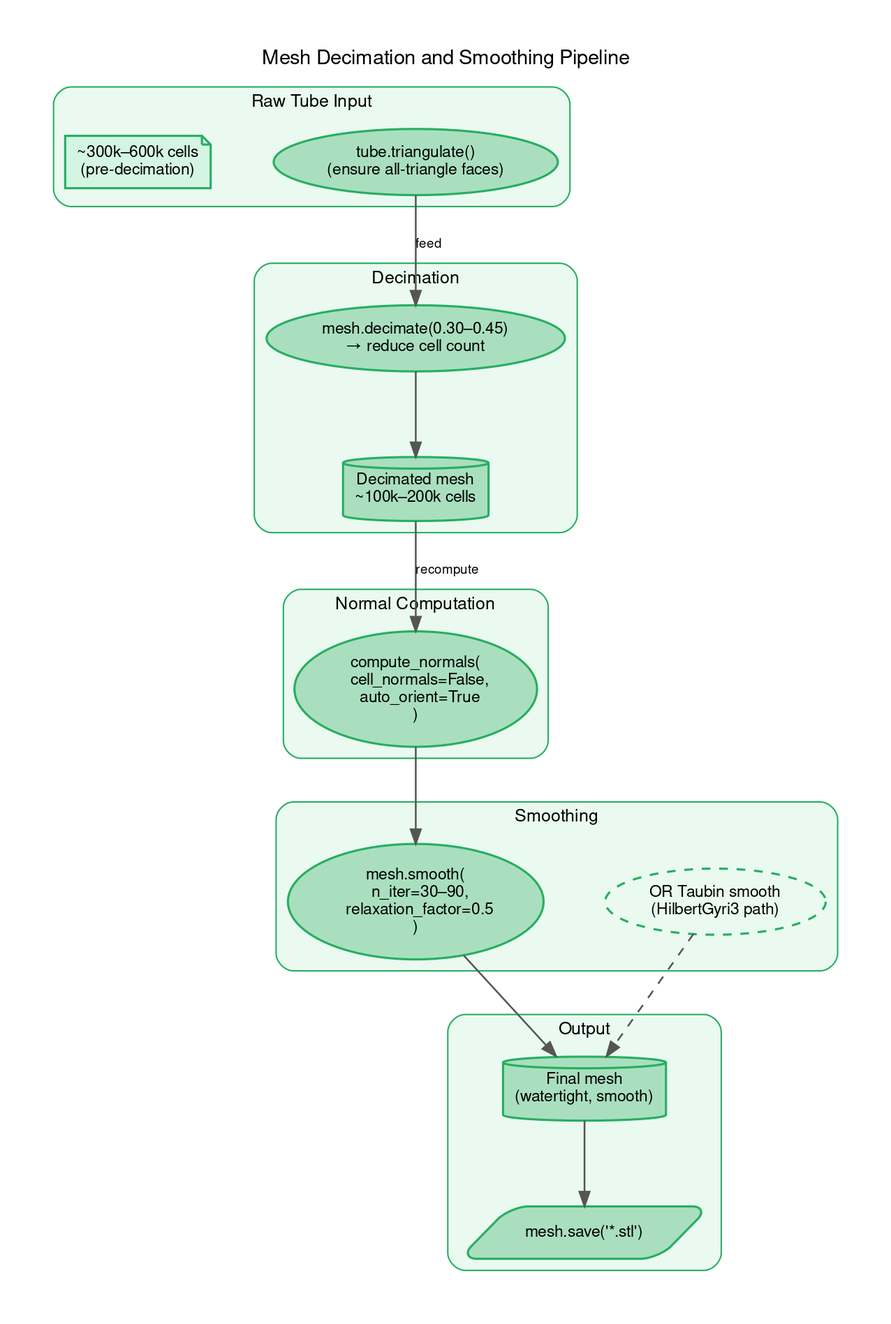
danindiana/hilbertbrane keeps this Graphviz diagram as docs/diagrams_25/08_decimation_process.png. Above is the earlier version. Its source is kept beside it as docs/diagrams_25/08_decimation_process.dot.
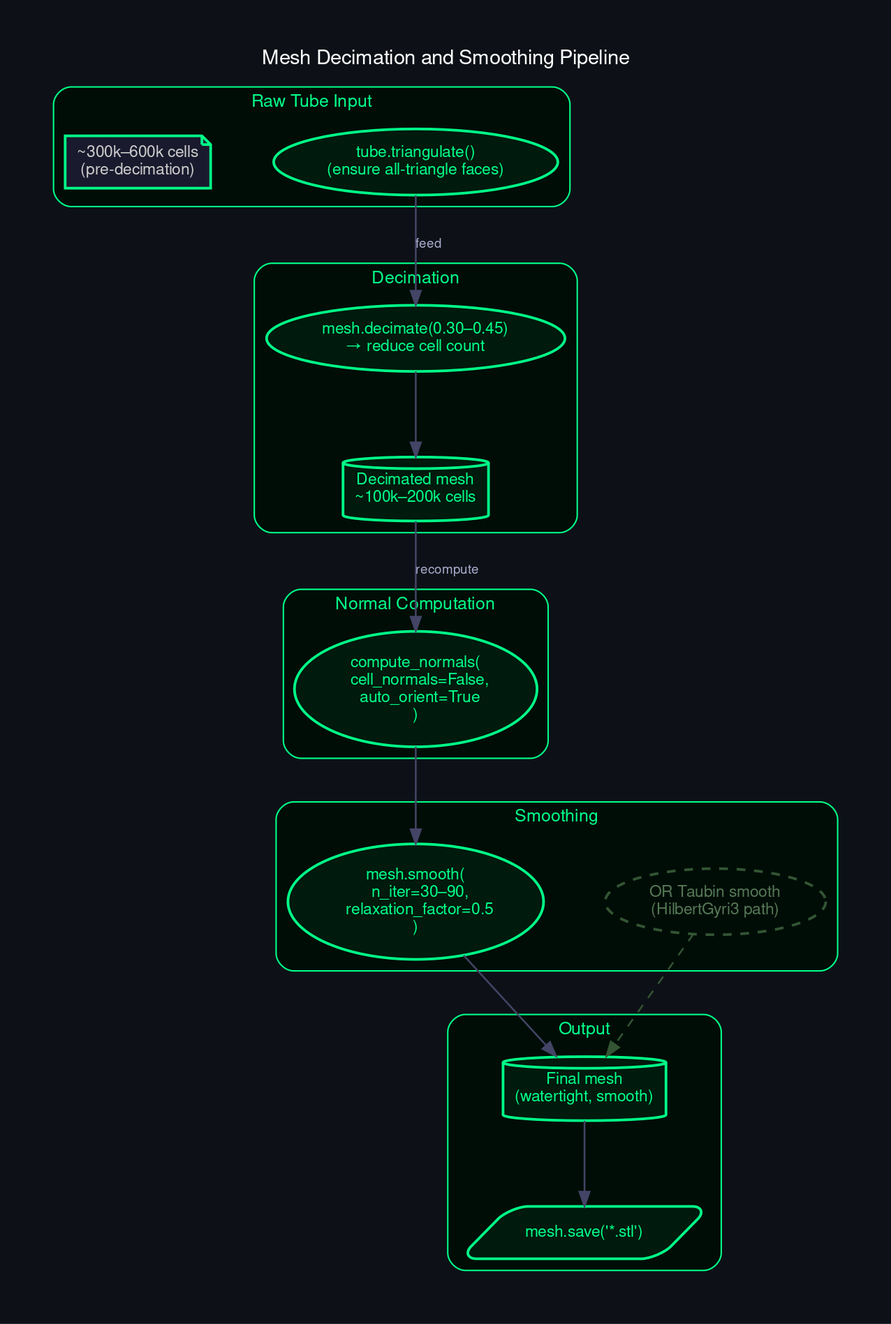
Above is the later version.

Diff of the diagram source:
```diff
@@ -1,7 +1,8 @@
 digraph G {
     graph [
         fontname="Helvetica,Arial,sans-serif"
-        bgcolor="#ffffff"
+        bgcolor="#0d1117"
+        fontcolor="white"
         splines=spline
         nodesep=0.6
         ranksep=0.8
@@ -10,53 +11,53 @@
         labeljust="c"
         fontsize=14
     ]
-    node [fontname="Helvetica,Arial,sans-serif" fontsize=11 style="filled,rounded" penwidth=1.5]
-    edge [fontname="Helvetica,Arial,sans-serif" fontsize=9 color="#555555" penwidth=1.2]
+    node [fontname="Helvetica,Arial,sans-serif" fontsize=11 style="filled,rounded" penwidth=1.8 fontcolor="white"]
+    edge [fontname="Helvetica,Arial,sans-serif" fontsize=9 color="#444466" penwidth=1.2 fontcolor="#aaaacc"]
     graph [label="Mesh Decimation and Smoothing Pipeline" rankdir="TB"]
 
     subgraph cluster_raw {
         label="Raw Tube Input"
-        style="filled,rounded" fillcolor="#EAFAF1" color="#27AE60" fontsize=12
-        fontname="Helvetica,Arial,sans-serif"
+        style="filled,rounded" fillcolor="#000d07" color="#00ff88" fontsize=12
+        fontname="Helvetica,Arial,sans-serif" fontcolor="#00ff88"
 
-        r1 [label="tube.triangulate()\n(ensure all-triangle faces)" fillcolor="#A9DFBF" color="#27AE60"]
-        r2 [label="~300k–600k cells\n(pre-decimation)" shape=note fillcolor="#D5F5E3" color="#27AE60"]
+        r1 [label="tube.triangulate()\n(ensure all-triangle faces)" fillcolor="#001a0d" color="#00ff88" fontcolor="#00ff88"]
+        r2 [label="~300k–600k cells\n(pre-decimation)" shape=note fillcolor="#1a1a2e" color="#00ff88" fontcolor="#cccccc"]
     }
 
     subgraph cluster_dec {
         label="Decimation"
-        style="filled,rounded" fillcolor="#EAFAF1" color="#27AE60" fontsize=12
-        fontname="Helvetica,Arial,sans-serif"
+        style="filled,rounded" fillcolor="#000d07" color="#00ff88" fontsize=12
+        fontname="Helvetica,Arial,sans-serif" fontcolor="#00ff88"
 
-        d1 [label="mesh.decimate(0.30–0.45)\n→ reduce cell count" fillcolor="#A9DFBF" color="#27AE60"]
-        d2 [label="Decimated mesh\n~100k–200k cells" shape=cylinder fillcolor="#A9DFBF" color="#27AE60"]
+        d1 [label="mesh.decimate(0.30–0.45)\n→ reduce cell count" fillcolor="#001a0d" color="#00ff88" fontcolor="#00ff88"]
+        d2 [label="Decimated mesh\n~100k–200k cells" shape=cylinder fillcolor="#001a0d" color="#00ff88" fontcolor="#00ff88"]
         d1 -> d2
     }
 
     subgraph cluster_nrm {
         label="Normal Computation"
-        style="filled,rounded" fillcolor="#EAFAF1" color="#27AE60" fontsize=12
-        fontname="Helvetica,Arial,sans-serif"
+        style="filled,rounded" fillcolor="#000d07" color="#00ff88" fontsize=12
+        fontname="Helvetica,Arial,sans-serif" fontcolor="#00ff88"
 
-        n1 [label="compute_normals(\n  cell_normals=False,\n  auto_orient=True\n)" fillcolor="#A9DFBF" color="#27AE60"]
+        n1 [label="compute_normals(\n  cell_normals=False,\n  auto_orient=True\n)" fillcolor="#001a0d" color="#00ff88" fontcolor="#00ff88"]
     }
 
     subgraph cluster_smooth {
         label="Smoothing"
-        style="filled,rounded" fillcolor="#EAFAF1" color="#27AE60" fontsize=12
-        fontname="Helvetica,Arial,sans-serif"
+        style="filled,rounded" fillcolor="#000d07" color="#00ff88" fontsize=12
+        fontname="Helvetica,Arial,sans-serif" fontcolor="#00ff88"
 
-        s1 [label="mesh.smooth(\n  n_iter=30–90,\n  relaxation_factor=0.5\n)" fillcolor="#A9DFBF" color="#27AE60"]
-        s2 [label="OR Taubin smooth\n(HilbertGyri3 path)" style=dashed fillcolor="#D5F5E3" color="#27AE60"]
+        s1 [label="mesh.smooth(\n  n_iter=30–90,\n  relaxation_factor=0.5\n)" fillcolor="#001a0d" color="#00ff88" fontcolor="#00ff88"]
+        s2 [label="OR Taubin smooth\n(HilbertGyri3 path)" style=dashed fillcolor="#0d1a10" color="#335533" fontcolor="#557755"]
     }
 
     subgraph cluster_out {
         label="Output"
-        style="filled,rounded" fillcolor="#EAFAF1" color="#27AE60" fontsize=12
-        fontname="Helvetica,Arial,sans-serif"
+        style="filled,rounded" fillcolor="#000d07" color="#00ff88" fontsize=12
+        fontname="Helvetica,Arial,sans-serif" fontcolor="#00ff88"
 
-        o1 [label="Final mesh\n(watertight, smooth)" shape=cylinder fillcolor="#A9DFBF" color="#27AE60"]
-        o2 [label="mesh.save('*.stl')" shape=parallelogram fillcolor="#A9DFBF" color="#27AE60"]
+        o1 [label="Final mesh\n(watertight, smooth)" shape=cylinder fillcolor="#001a0d" color="#00ff88" fontcolor="#00ff88"]
+        o2 [label="mesh.save('*.stl')" shape=parallelogram fillcolor="#001a0d" color="#00ff88" fontcolor="#00ff88"]
         o1 -> o2
     }
 
@@ -64,5 +65,5 @@
     d2 -> n1 [label="recompute"]
     n1 -> s1
     s1 -> o1
-    s2 -> o1 [style=dashed]
+    s2 -> o1 [style=dashed color="#335533"]
 }
```
